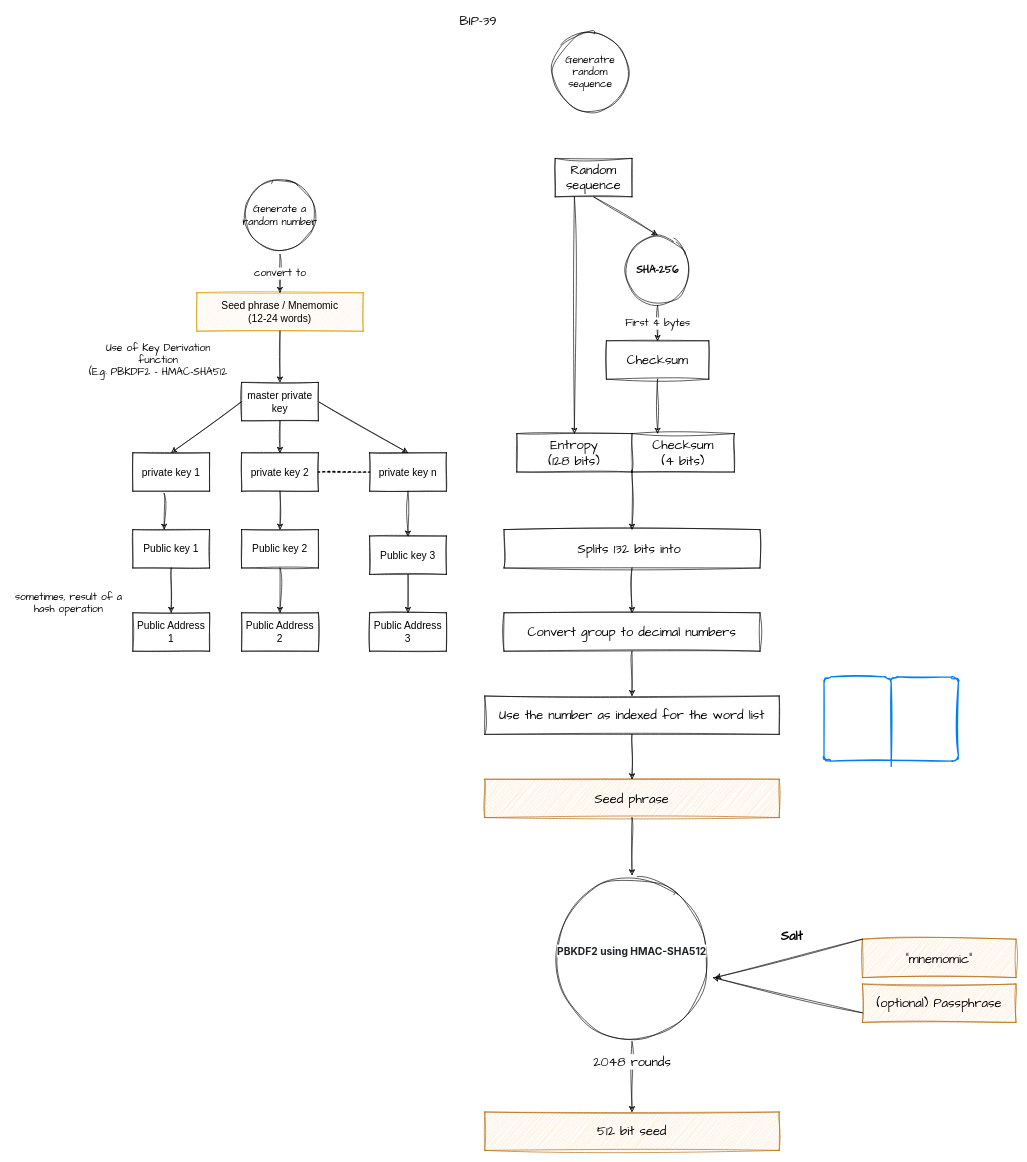
Above: page "crypto-wallet-generation" (3 of 22) of schema/crypto-wallet.drawio in rya-sge/access-denied (draw.io), before the change. Source tidied: cells renumbered, new cells numbered last; positions are measured from the earlier drawing's top-left corner, leaving out a move shared by most shapes. Both pictures are drawn from the tidied source at 64%, with x=0, y=0 at pixel (11, 11).
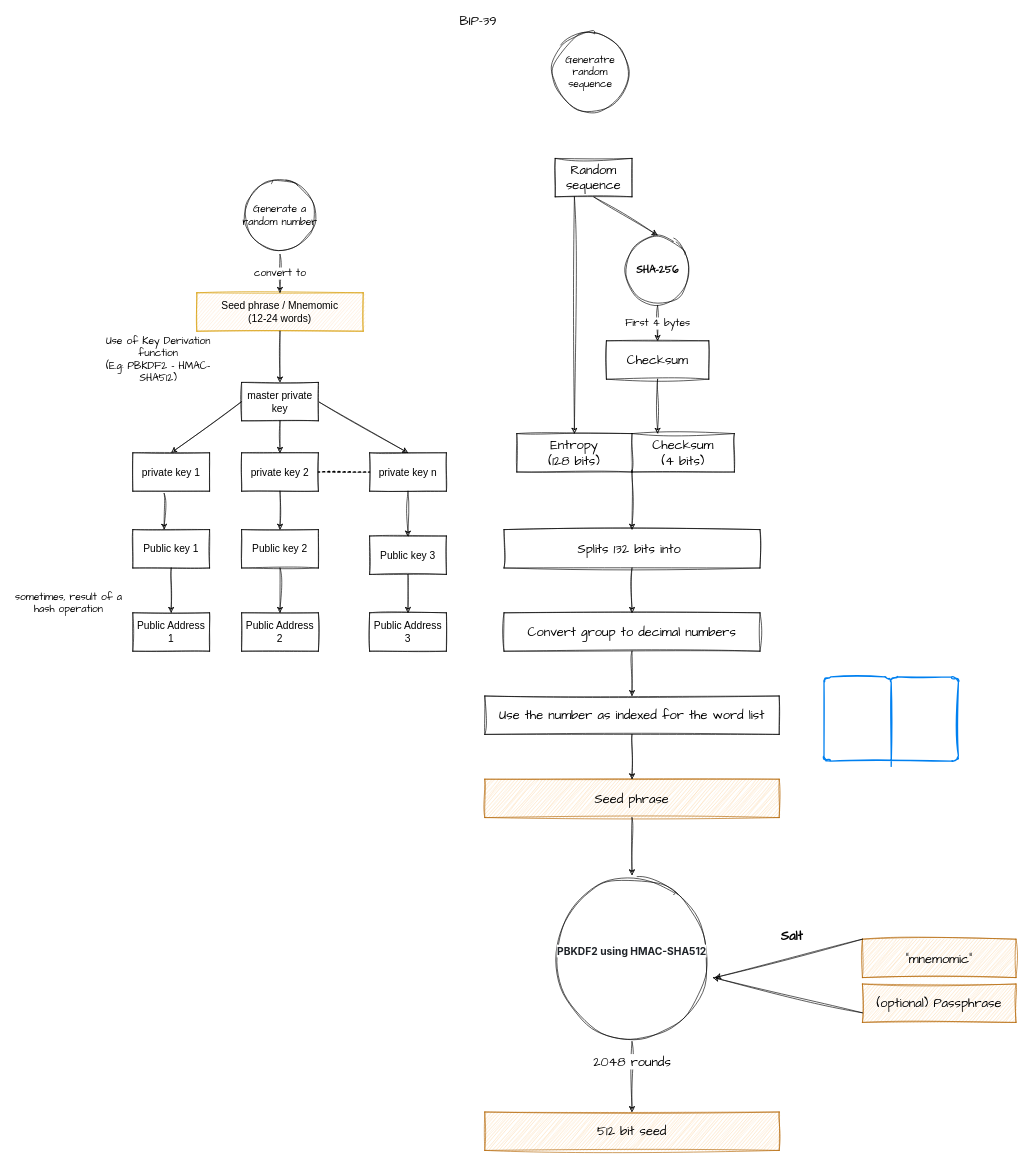
After the change.

What changed in the source:
```diff
@@
-    <mxCell id="23" value="Use of Key Derivation function&lt;br style=&quot;font-size: 16px;&quot;&gt;(E.g: PBKDF2 - HMAC-SHA512" style="text;html=1;strokeColor=none;fillColor=none;align=center;verticalAlign=middle;whiteSpace=wrap;rounded=0;sketch=1;hachureGap=4;jiggle=2;fontFamily=Architects Daughter;fontSize=16;" parent="1" vertex="1">
+    <mxCell id="23" value="Use of Key Derivation function&lt;br style=&quot;font-size: 16px;&quot;&gt;(E.g: PBKDF2 - HMAC-SHA512)" style="text;html=1;strokeColor=none;fillColor=none;align=center;verticalAlign=middle;whiteSpace=wrap;rounded=0;sketch=1;hachureGap=4;jiggle=2;fontFamily=Architects Daughter;fontSize=16;" parent="1" vertex="1">
       <mxGeometry x="120" y="530" width="220" height="30" as="geometry" />
     </mxCell>
```
